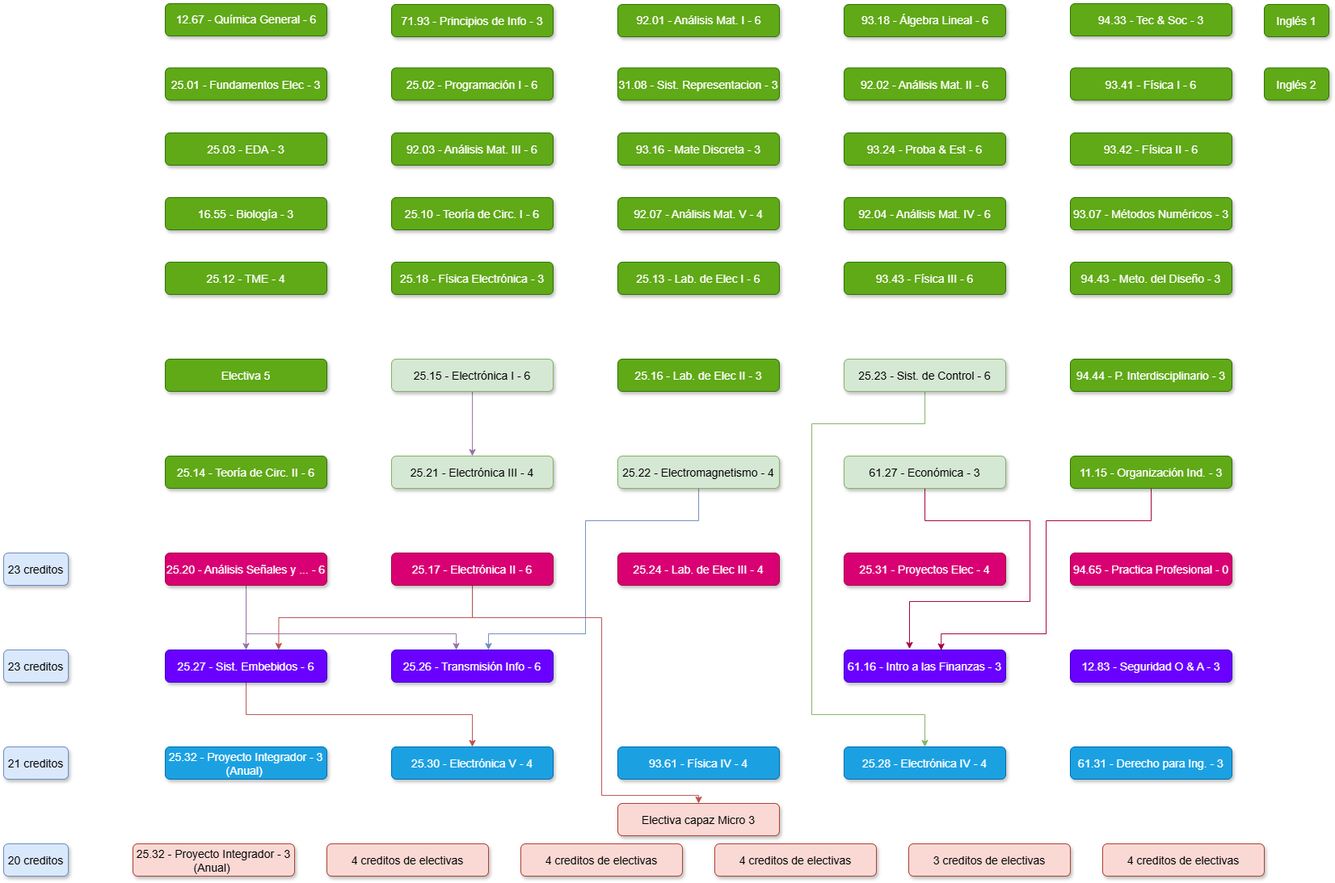
Before: K22.drawio.png, a diagram exported from draw.io (juanipla/K22). Source tidied: cells renumbered, new cells last; positions are measured from the earlier drawing's top-left corner, leaving out a move shared by most shapes.
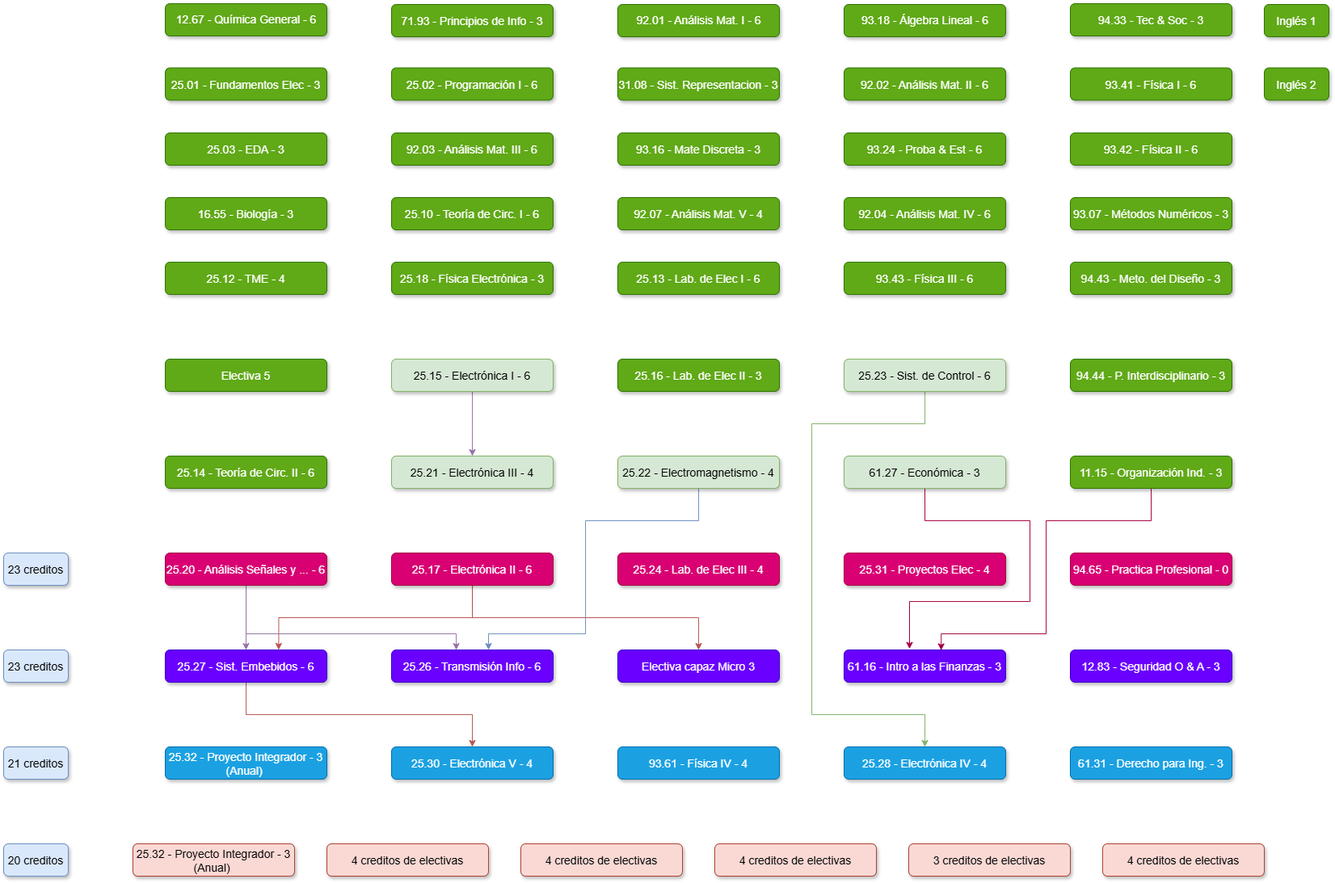
The same diagram one commit later.

What changed in the source:
```diff
@@ -67,9 +67,7 @@
       <mxGeometry relative="1" as="geometry">
         <Array as="points">
           <mxPoint x="580" y="760" />
-          <mxPoint x="740" y="760" />
-          <mxPoint x="740" y="980" />
-          <mxPoint x="860" y="980" />
+          <mxPoint x="860" y="760" />
         </Array>
       </mxGeometry>
     </mxCell>
@@ -241,8 +239,8 @@
     <mxCell id="62" value="Electiva 5" style="rounded=1;fillColor=#60a917;strokeColor=#2D7600;shadow=1;fontStyle=0;fontSize=14;labelBorderColor=none;labelBackgroundColor=none;verticalAlign=middle;fontColor=#ffffff;" parent="1" vertex="1">
       <mxGeometry x="200" y="440" width="200" height="40" as="geometry" />
     </mxCell>
-    <mxCell id="63" value="Electiva capaz Micro 3" style="rounded=1;fillColor=#fad9d5;strokeColor=#ae4132;shadow=1;fontStyle=0;fontSize=14;labelBorderColor=none;labelBackgroundColor=none;verticalAlign=middle;" parent="1" vertex="1">
-      <mxGeometry x="760" y="990" width="200" height="40" as="geometry" />
+    <mxCell id="63" value="Electiva capaz Micro 3" style="rounded=1;fillColor=#6a00ff;strokeColor=#3700CC;shadow=1;fontStyle=0;fontSize=14;labelBorderColor=none;labelBackgroundColor=none;verticalAlign=middle;fontColor=#ffffff;" parent="1" vertex="1">
+      <mxGeometry x="760" y="800" width="200" height="40" as="geometry" />
     </mxCell>
     <mxCell id="64" value="4 creditos de electivas" style="rounded=1;fillColor=#fad9d5;strokeColor=#ae4132;shadow=1;fontStyle=0;fontSize=14;labelBorderColor=none;labelBackgroundColor=none;verticalAlign=middle;" parent="1" vertex="1">
       <mxGeometry x="400" y="1040" width="200" height="40" as="geometry" />
```
